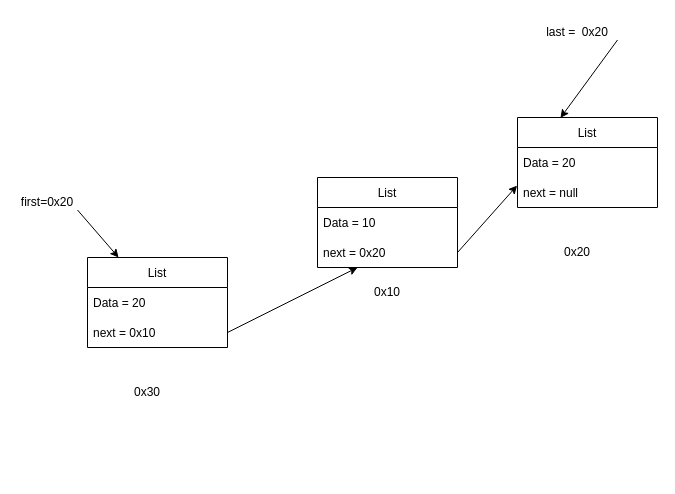
mrthetkhine/Turing-DataStructureAlgorithm-Batch-1 keeps this draw.io diagram as page "Delete" (3 of 6) of diagram/linkedlist/linkedlist.drawio. Above is the earlier version. Source tidied: cells renumbered, new cells numbered last; positions are measured from the earlier drawing's top-left corner, leaving out a move shared by most shapes. Both pictures are drawn from the tidied source at 100%, with x=0, y=0 at pixel (17, 17).
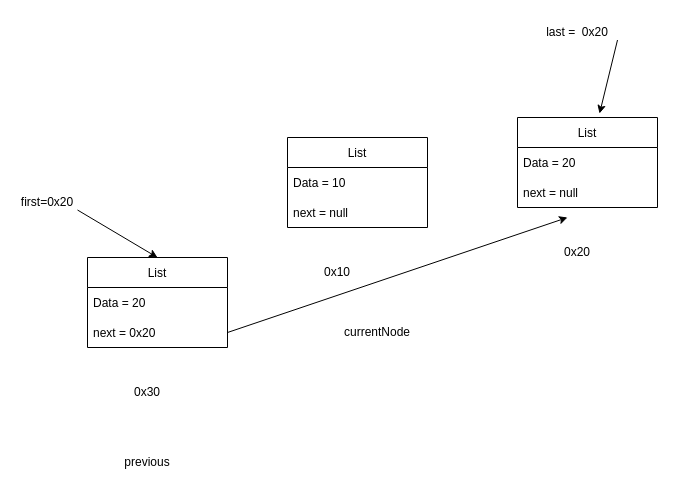
After the change.

Commit message (it also covers changes not shown here):
add linkedlist implementation

Unchanged cells that the change refers to:
```xml
<mxCell id="2" value="first=0x20" style="text;html=1;strokeColor=none;fillColor=none;align=center;verticalAlign=middle;whiteSpace=wrap;rounded=0;" parent="1" vertex="1">
  <mxGeometry y="170" width="60" height="30" as="geometry" />
</mxCell>
<mxCell id="3" value="last =&amp;nbsp; 0x20" style="text;html=1;strokeColor=none;fillColor=none;align=center;verticalAlign=middle;whiteSpace=wrap;rounded=0;" parent="1" vertex="1">
  <mxGeometry x="520" width="80" height="30" as="geometry" />
</mxCell>
<mxCell id="10" value="List" style="swimlane;fontStyle=0;horizontal=1;startSize=30;" parent="1" vertex="1">
  <mxGeometry x="500" y="100" width="140" height="90" as="geometry" />
</mxCell>
<mxCell id="12" value="next = null" style="text;strokeColor=none;fillColor=none;align=left;verticalAlign=middle;spacingLeft=4;spacingRight=4;overflow=hidden;points=[[0,0.5],[1,0.5]];portConstraint=eastwest;" parent="10" vertex="1">
  <mxGeometry y="60" width="140" height="30" as="geometry" />
</mxCell>
<mxCell id="15" value="List" style="swimlane;fontStyle=0;horizontal=1;startSize=30;" parent="1" vertex="1">
  <mxGeometry x="70" y="240" width="140" height="90" as="geometry" />
</mxCell>
```

The edit, as a diff of the source:
```diff
@@
     <mxCell id="4" value="List" style="swimlane;fontStyle=0;horizontal=1;startSize=30;" parent="1" vertex="1">
-      <mxGeometry x="300" y="160" width="140" height="90" as="geometry" />
+      <mxGeometry x="270" y="120" width="140" height="90" as="geometry" />
     </mxCell>
@@
-    <mxCell id="6" value="next = 0x20" style="text;strokeColor=none;fillColor=none;align=left;verticalAlign=middle;spacingLeft=4;spacingRight=4;overflow=hidden;points=[[0,0.5],[1,0.5]];portConstraint=eastwest;" parent="4" vertex="1">
+    <mxCell id="6" value="next = null" style="text;strokeColor=none;fillColor=none;align=left;verticalAlign=middle;spacingLeft=4;spacingRight=4;overflow=hidden;points=[[0,0.5],[1,0.5]];portConstraint=eastwest;" parent="4" vertex="1">
       <mxGeometry y="60" width="140" height="30" as="geometry" />
     </mxCell>
     <mxCell id="7" value="0x10" style="text;html=1;strokeColor=none;fillColor=none;align=center;verticalAlign=middle;whiteSpace=wrap;rounded=0;" parent="1" vertex="1">
-      <mxGeometry x="340" y="260" width="60" height="30" as="geometry" />
+      <mxGeometry x="290" y="240" width="60" height="30" as="geometry" />
     </mxCell>
-    <mxCell id="8" style="endArrow=classic;html=1;rounded=0;exitX=1;exitY=0.75;exitDx=0;exitDy=0;" parent="1" edge="1" source="2" target="15">
+    <mxCell id="8" style="endArrow=classic;html=1;rounded=0;exitX=1;exitY=0.75;exitDx=0;exitDy=0;entryX=0.5;entryY=0;entryDx=0;entryDy=0;" parent="1" edge="1" source="2" target="15">
       <mxGeometry relative="1" as="geometry" />
     </mxCell>
-    <mxCell id="9" style="endArrow=classic;html=1;rounded=0;exitX=1;exitY=0.75;exitDx=0;exitDy=0;entryX=0.307;entryY=0.004;entryDx=0;entryDy=0;entryPerimeter=0;" parent="1" edge="1" source="3" target="10">
+    <mxCell id="9" style="endArrow=classic;html=1;rounded=0;exitX=1;exitY=0.75;exitDx=0;exitDy=0;entryX=0.586;entryY=-0.044;entryDx=0;entryDy=0;entryPerimeter=0;" parent="1" edge="1" source="3" target="10">
       <mxGeometry relative="1" as="geometry" />
     </mxCell>
@@
-    <mxCell id="14" style="endArrow=classic;html=1;rounded=0;exitX=1;exitY=0.5;exitDx=0;exitDy=0;entryX=-0.003;entryY=0.27;entryDx=0;entryDy=0;entryPerimeter=0;" parent="1" edge="1" source="6" target="12">
-      <mxGeometry relative="1" as="geometry" />
-    </mxCell>
@@
-    <mxCell id="17" value="next = 0x10" style="text;strokeColor=none;fillColor=none;align=left;verticalAlign=middle;spacingLeft=4;spacingRight=4;overflow=hidden;points=[[0,0.5],[1,0.5]];portConstraint=eastwest;" parent="15" vertex="1">
+    <mxCell id="17" value="next = 0x20" style="text;strokeColor=none;fillColor=none;align=left;verticalAlign=middle;spacingLeft=4;spacingRight=4;overflow=hidden;points=[[0,0.5],[1,0.5]];portConstraint=eastwest;" parent="15" vertex="1">
       <mxGeometry y="60" width="140" height="30" as="geometry" />
     </mxCell>
@@
-    <mxCell id="19" style="endArrow=classic;html=1;rounded=0;exitX=1;exitY=0.5;exitDx=0;exitDy=0;" parent="1" edge="1" source="17" target="6">
-      <mxGeometry relative="1" as="geometry" />
+    <mxCell id="19" style="endArrow=classic;html=1;rounded=0;exitX=1;exitY=0.5;exitDx=0;exitDy=0;" parent="1" edge="1" source="17">
+      <mxGeometry relative="1" as="geometry">
+        <mxPoint x="550" y="200" as="targetPoint" />
+      </mxGeometry>
     </mxCell>
+    <mxCell id="20" value="previous" style="text;html=1;strokeColor=none;fillColor=none;align=center;verticalAlign=middle;whiteSpace=wrap;rounded=0;" parent="1" vertex="1">
+      <mxGeometry x="100" y="430" width="60" height="30" as="geometry" />
+    </mxCell>
+    <mxCell id="21" value="currentNode" style="text;html=1;strokeColor=none;fillColor=none;align=center;verticalAlign=middle;whiteSpace=wrap;rounded=0;" parent="1" vertex="1">
+      <mxGeometry x="330" y="300" width="60" height="30" as="geometry" />
+    </mxCell>
```
